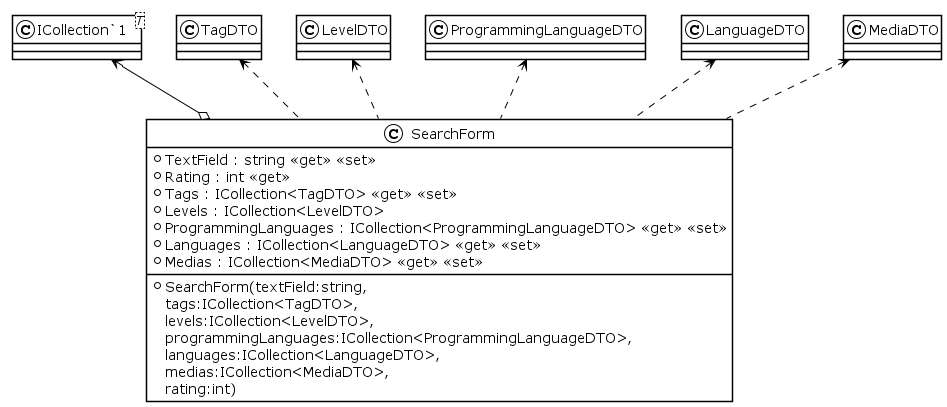
This is Documentation/UML/Images/SearchForm.png from ahja-itu/BDSA2021-FinalProject, a PlantUML export, as it was before one commit.
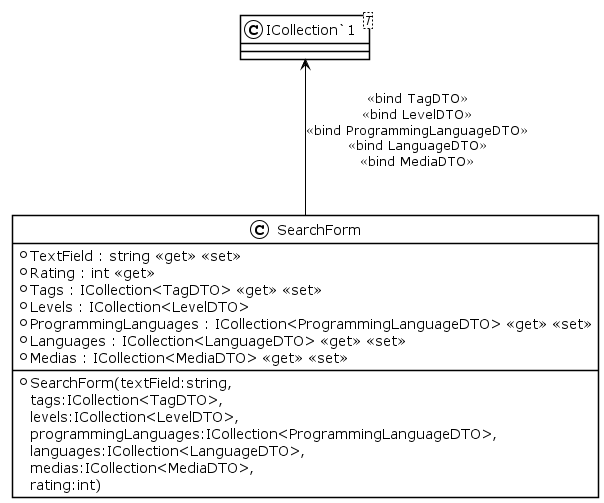
After the change.

Change to the diagram source:
```diff
@@ -14,11 +14,6 @@
 class "ICollection`1"<T> {
 }
 
-"ICollection`1" <--o SearchForm
-TagDTO <.. SearchForm
-LevelDTO <.. SearchForm
-ProgrammingLanguageDTO <.. SearchForm
-LanguageDTO <.. SearchForm
-MediaDTO <.. SearchForm
+"ICollection`1" <-- SearchForm : <<bind TagDTO>>\n<<bind LevelDTO>>\n<<bind ProgrammingLanguageDTO>>\n<<bind LanguageDTO>>\n<<bind MediaDTO>>\n
 
 @enduml
```
